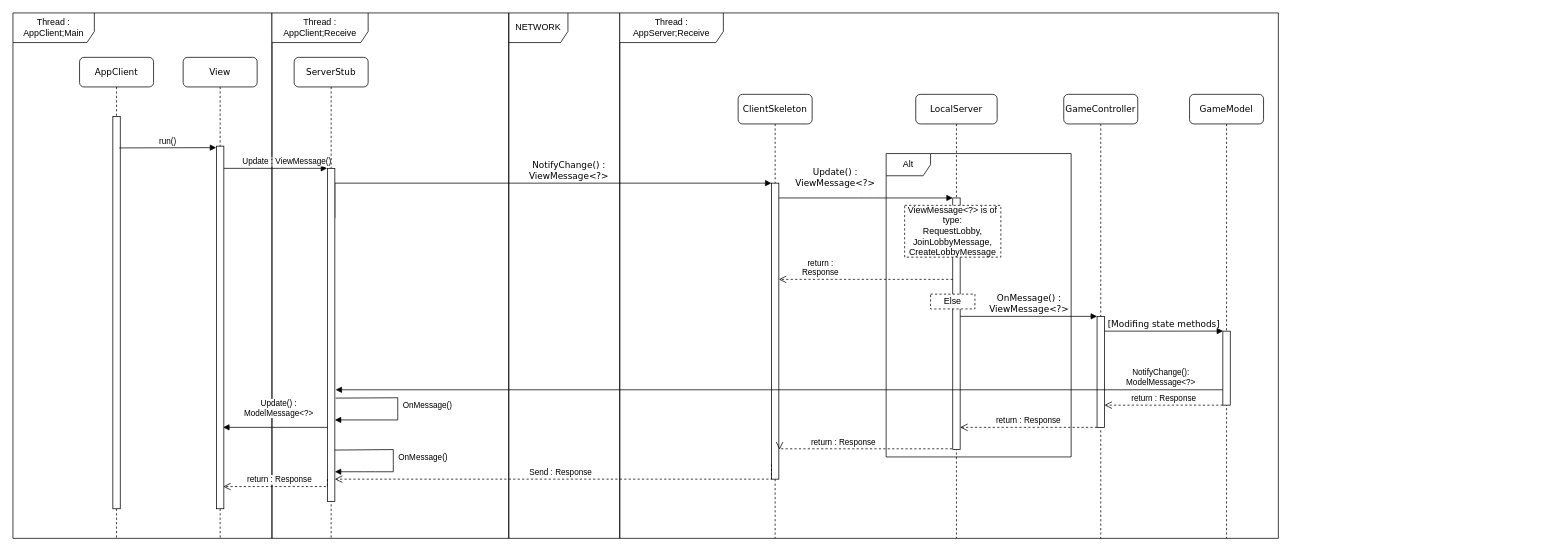
This is page "AppClientImplementation" (2 of 2) of deliveries/archive/second_peer_review/CommunicationDiagram.drawio from dede1751/ing-sw-2023-sgobbi-scardia-sciaky-simei, a draw.io file, before an edit. Source tidied: cells renumbered, new cells numbered last; positions are measured from the earlier drawing's top-left corner, leaving out a move shared by most shapes. Both pictures are drawn from the tidied source at 74%, with x=0, y=0 at pixel (13, 13).
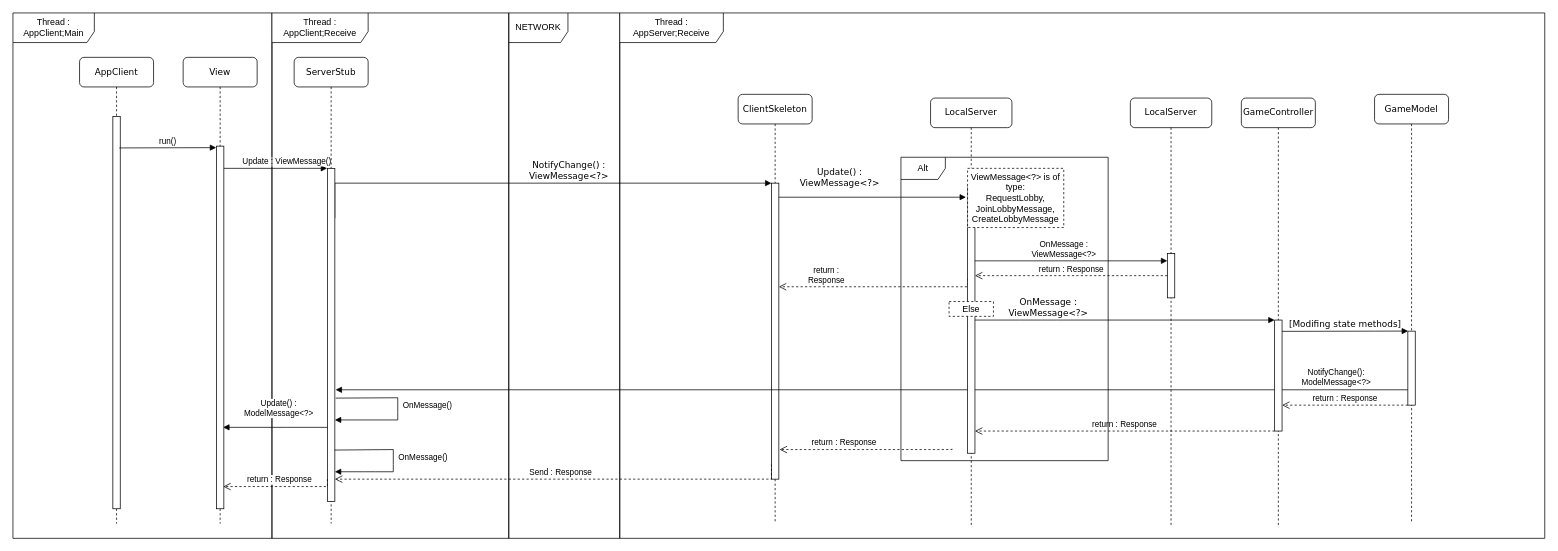
Above is the later version.

The change refers to these unchanged cells:
```xml
<mxCell id="3" style="html=1;points=[];perimeter=orthogonalPerimeter;rounded=0;shadow=0;comic=0;labelBackgroundColor=none;strokeWidth=1;fontFamily=Verdana;fontSize=12;align=center;" parent="2" vertex="1">
  <mxGeometry x="45" y="120" width="10" height="400" as="geometry" />
</mxCell>
<mxCell id="34" style="html=1;points=[];perimeter=orthogonalPerimeter;rounded=0;shadow=0;comic=0;labelBackgroundColor=none;strokeWidth=1;fontFamily=Verdana;fontSize=12;align=center;" parent="33" vertex="1">
  <mxGeometry x="45" y="150" width="10" height="450" as="geometry" />
</mxCell>
```

The edit, as a diff of the source:
```diff
@@
     <mxCell id="2" value="ClientSkeleton" style="shape=umlLifeline;perimeter=lifelinePerimeter;whiteSpace=wrap;html=1;rounded=1;shadow=0;comic=0;labelBackgroundColor=none;strokeWidth=1;fontFamily=Verdana;fontSize=12;align=center;size=40;" parent="1" vertex="1">
-      <mxGeometry x="980" y="110" width="100" height="600" as="geometry" />
+      <mxGeometry x="980" y="110" width="100" height="580" as="geometry" />
     </mxCell>
@@
-    <mxCell id="5" value="LocalServer" style="shape=umlLifeline;perimeter=lifelinePerimeter;whiteSpace=wrap;html=1;rounded=1;shadow=0;comic=0;labelBackgroundColor=none;strokeWidth=1;fontFamily=Verdana;fontSize=12;align=center;" parent="1" vertex="1">
-      <mxGeometry x="1220" y="110" width="110" height="600" as="geometry" />
-    </mxCell>
-    <mxCell id="6" style="html=1;points=[];perimeter=orthogonalPerimeter;rounded=0;shadow=0;comic=0;labelBackgroundColor=none;strokeWidth=1;fontFamily=Verdana;fontSize=12;align=center;" parent="5" vertex="1">
-      <mxGeometry x="50" y="140" width="10" height="340" as="geometry" />
-    </mxCell>
-    <mxCell id="7" value="ViewMessage&amp;lt;?&amp;gt; is of type:&lt;br&gt;RequestLobby,&lt;br&gt;JoinLobbyMessage,&lt;br&gt;CreateLobbyMessage&lt;br&gt;" style="html=1;whiteSpace=wrap;dashed=1;" parent="5" vertex="1">
-      <mxGeometry x="-15" y="150" width="130" height="70" as="geometry" />
-    </mxCell>
     <mxCell id="8" value="AppClient" style="shape=umlLifeline;perimeter=lifelinePerimeter;whiteSpace=wrap;html=1;rounded=1;shadow=0;comic=0;labelBackgroundColor=none;strokeWidth=1;fontFamily=Verdana;fontSize=12;align=center;" parent="1" vertex="1">
-      <mxGeometry x="90" y="60" width="100" height="650" as="geometry" />
+      <mxGeometry x="90" y="60" width="100" height="630" as="geometry" />
     </mxCell>
@@
-    <mxCell id="11" value="Update() :&lt;br&gt;ViewMessage&amp;lt;?&amp;gt;" style="html=1;verticalAlign=bottom;endArrow=block;entryX=0;entryY=0;labelBackgroundColor=none;fontFamily=Verdana;fontSize=12;edgeStyle=elbowEdgeStyle;elbow=vertical;" parent="1" edge="1" source="3" target="6">
+    <mxCell id="11" value="Update() :&lt;br&gt;ViewMessage&amp;lt;?&amp;gt;" style="html=1;verticalAlign=bottom;endArrow=block;entryX=-0.212;entryY=0.04;labelBackgroundColor=none;fontFamily=Verdana;fontSize=12;edgeStyle=elbowEdgeStyle;elbow=vertical;entryDx=0;entryDy=0;entryPerimeter=0;" parent="1" edge="1" source="3" target="40">
       <mxGeometry x="-0.35" y="10" relative="1" as="geometry" />
     </mxCell>
-    <mxCell id="12" value="GameController" style="shape=umlLifeline;perimeter=lifelinePerimeter;whiteSpace=wrap;html=1;rounded=1;shadow=0;comic=0;labelBackgroundColor=none;strokeWidth=1;fontFamily=Verdana;fontSize=12;align=center;" parent="1" vertex="1">
-      <mxGeometry x="1420" y="110" width="100" height="600" as="geometry" />
-    </mxCell>
-    <mxCell id="13" style="html=1;points=[];perimeter=orthogonalPerimeter;rounded=0;shadow=0;comic=0;labelBackgroundColor=none;strokeWidth=1;fontFamily=Verdana;fontSize=12;align=center;" parent="12" vertex="1">
-      <mxGeometry x="45" y="300" width="10" height="150" as="geometry" />
-    </mxCell>
-    <mxCell id="14" value="return : Response" style="html=1;verticalAlign=bottom;endArrow=open;dashed=1;endSize=8;edgeStyle=elbowEdgeStyle;elbow=vertical;curved=0;rounded=0;" parent="12" edge="1">
-      <mxGeometry relative="1" as="geometry">
-        <mxPoint x="45" y="450" as="sourcePoint" />
-        <mxPoint x="-140" y="450" as="targetPoint" />
-      </mxGeometry>
-    </mxCell>
-    <mxCell id="15" value="OnMessage() :&lt;br&gt;ViewMessage&amp;lt;?&amp;gt;" style="html=1;verticalAlign=bottom;endArrow=block;labelBackgroundColor=none;fontFamily=Verdana;fontSize=12;elbow=vertical;rounded=0;" parent="1" edge="1" target="13">
-      <mxGeometry relative="1" as="geometry">
-        <mxPoint x="1280" y="410" as="sourcePoint" />
-        <Array as="points">
-          <mxPoint x="1340" y="410" />
-          <mxPoint x="1370" y="410" />
-          <mxPoint x="1390" y="410" />
-        </Array>
-      </mxGeometry>
-    </mxCell>
-    <mxCell id="16" value="Alt" style="shape=umlFrame;whiteSpace=wrap;html=1;" parent="1" vertex="1">
-      <mxGeometry x="1180" y="190" width="250" height="410" as="geometry" />
-    </mxCell>
-    <mxCell id="17" value="return :&lt;br&gt;Response" style="html=1;verticalAlign=bottom;endArrow=open;dashed=1;endSize=8;edgeStyle=elbowEdgeStyle;elbow=vertical;curved=0;rounded=0;" parent="1" edge="1" source="6">
+    <mxCell id="17" value="return :&lt;br&gt;Response" style="html=1;verticalAlign=bottom;endArrow=open;dashed=1;endSize=8;edgeStyle=elbowEdgeStyle;elbow=vertical;curved=0;rounded=0;exitX=0.017;exitY=0.344;exitDx=0;exitDy=0;exitPerimeter=0;" parent="1" edge="1" source="40">
       <mxGeometry x="0.52" relative="1" as="geometry">
-        <mxPoint x="1035" y="360" as="targetPoint" />
+        <mxPoint x="1035" y="370" as="targetPoint" />
         <Array as="points">
+          <mxPoint x="1150" y="370" />
           <mxPoint x="1210" y="360" />
         </Array>
       </mxGeometry>
     </mxCell>
-    <mxCell id="18" value="GameModel" style="shape=umlLifeline;perimeter=lifelinePerimeter;whiteSpace=wrap;html=1;outlineConnect=0;rounded=1;shadow=0;comic=0;labelBackgroundColor=none;strokeWidth=1;fontFamily=Verdana;fontSize=12;align=center;" parent="1" vertex="1">
-      <mxGeometry x="1590" y="110" width="100" height="600" as="geometry" />
-    </mxCell>
-    <mxCell id="19" style="html=1;points=[];perimeter=orthogonalPerimeter;rounded=0;shadow=0;comic=0;labelBackgroundColor=none;strokeWidth=1;fontFamily=Verdana;fontSize=12;align=center;" parent="18" vertex="1">
-      <mxGeometry x="45" y="320" width="10" height="100" as="geometry" />
-    </mxCell>
-    <mxCell id="20" value="return : Response" style="html=1;verticalAlign=bottom;endArrow=open;dashed=1;endSize=8;edgeStyle=elbowEdgeStyle;elbow=vertical;curved=0;rounded=0;" parent="18" edge="1" target="13">
-      <mxGeometry relative="1" as="geometry">
-        <mxPoint x="45" y="420" as="sourcePoint" />
-      </mxGeometry>
-    </mxCell>
-    <mxCell id="21" value="NotifyChange():&lt;br&gt;ModelMessage&amp;lt;?&amp;gt;" style="html=1;verticalAlign=bottom;endArrow=block;elbow=vertical;rounded=0;entryX=1.1;entryY=0.665;entryDx=0;entryDy=0;entryPerimeter=0;" parent="1" edge="1" source="19" target="34">
+    <mxCell id="21" value="NotifyChange():&lt;br&gt;ModelMessage&amp;lt;?&amp;gt;" style="html=1;verticalAlign=bottom;endArrow=block;elbow=vertical;rounded=0;entryX=1.1;entryY=0.665;entryDx=0;entryDy=0;entryPerimeter=0;" parent="1" edge="1" source="18" target="34">
       <mxGeometry x="-0.86" y="-1" relative="1" as="geometry" />
     </mxCell>
-    <mxCell id="22" value="Else&lt;br&gt;" style="html=1;whiteSpace=wrap;dashed=1;" parent="1" vertex="1">
-      <mxGeometry x="1240" y="380" width="60" height="20" as="geometry" />
-    </mxCell>
-    <mxCell id="23" value="[Modifing state methods]" style="html=1;verticalAlign=bottom;endArrow=block;labelBackgroundColor=none;fontFamily=Verdana;fontSize=12;elbow=vertical;rounded=0;entryX=0.033;entryY=-0.001;entryDx=0;entryDy=0;entryPerimeter=0;exitX=1.02;exitY=0.133;exitDx=0;exitDy=0;exitPerimeter=0;" parent="1" edge="1" source="13" target="19">
-      <mxGeometry relative="1" as="geometry">
-        <Array as="points">
-          <mxPoint x="1550" y="430" />
-        </Array>
-      </mxGeometry>
-    </mxCell>
-    <mxCell id="24" value="return : Response" style="html=1;verticalAlign=bottom;endArrow=open;dashed=1;endSize=8;edgeStyle=elbowEdgeStyle;elbow=vertical;curved=0;rounded=0;exitX=-0.09;exitY=0.997;exitDx=0;exitDy=0;exitPerimeter=0;" parent="1" edge="1" source="6">
+    <mxCell id="24" value="return : Response" style="html=1;verticalAlign=bottom;endArrow=open;dashed=1;endSize=8;edgeStyle=elbowEdgeStyle;elbow=vertical;curved=0;rounded=0;exitX=-0.09;exitY=0.997;exitDx=0;exitDy=0;exitPerimeter=0;" parent="1" edge="1">
       <mxGeometry x="0.26" relative="1" as="geometry">
+        <mxPoint x="1269.1" y="589" as="sourcePoint" />
         <mxPoint x="1036" y="590" as="targetPoint" />
       </mxGeometry>
     </mxCell>
@@
     <mxCell id="27" value="Thread :&lt;br&gt;AppServer;Receive" style="shape=umlFrame;whiteSpace=wrap;html=1;width=140;height=40;" parent="1" vertex="1">
-      <mxGeometry x="820" width="890" height="710" as="geometry" />
+      <mxGeometry x="820" width="1250" height="710" as="geometry" />
     </mxCell>
     <mxCell id="28" value="View" style="shape=umlLifeline;perimeter=lifelinePerimeter;whiteSpace=wrap;html=1;rounded=1;shadow=0;comic=0;labelBackgroundColor=none;strokeWidth=1;fontFamily=Verdana;fontSize=12;align=center;" parent="1" vertex="1">
-      <mxGeometry x="230" y="60" width="100" height="650" as="geometry" />
+      <mxGeometry x="230" y="60" width="100" height="630" as="geometry" />
     </mxCell>
@@
     <mxCell id="33" value="ServerStub" style="shape=umlLifeline;perimeter=lifelinePerimeter;whiteSpace=wrap;html=1;rounded=1;shadow=0;comic=0;labelBackgroundColor=none;strokeWidth=1;fontFamily=Verdana;fontSize=12;align=center;" parent="1" vertex="1">
-      <mxGeometry x="380" y="60" width="100" height="650" as="geometry" />
+      <mxGeometry x="380" y="60" width="100" height="630" as="geometry" />
     </mxCell>
@@
+    <mxCell id="39" value="LocalServer" style="shape=umlLifeline;perimeter=lifelinePerimeter;whiteSpace=wrap;html=1;rounded=1;shadow=0;comic=0;labelBackgroundColor=none;strokeWidth=1;fontFamily=Verdana;fontSize=12;align=center;" parent="1" vertex="1">
+      <mxGeometry x="1240" y="115" width="110" height="580" as="geometry" />
+    </mxCell>
+    <mxCell id="40" style="html=1;points=[];perimeter=orthogonalPerimeter;rounded=0;shadow=0;comic=0;labelBackgroundColor=none;strokeWidth=1;fontFamily=Verdana;fontSize=12;align=center;" parent="39" vertex="1">
+      <mxGeometry x="50" y="120" width="10" height="360" as="geometry" />
+    </mxCell>
+    <mxCell id="12" value="GameController" style="shape=umlLifeline;perimeter=lifelinePerimeter;whiteSpace=wrap;html=1;rounded=1;shadow=0;comic=0;labelBackgroundColor=none;strokeWidth=1;fontFamily=Verdana;fontSize=12;align=center;" parent="1" vertex="1">
+      <mxGeometry x="1660" y="115" width="100" height="580" as="geometry" />
+    </mxCell>
+    <mxCell id="13" style="html=1;points=[];perimeter=orthogonalPerimeter;rounded=0;shadow=0;comic=0;labelBackgroundColor=none;strokeWidth=1;fontFamily=Verdana;fontSize=12;align=center;" parent="12" vertex="1">
+      <mxGeometry x="45" y="300" width="10" height="150" as="geometry" />
+    </mxCell>
+    <mxCell id="41" value="return : Response" style="html=1;verticalAlign=bottom;endArrow=open;dashed=1;endSize=8;edgeStyle=elbowEdgeStyle;elbow=vertical;curved=0;rounded=0;" parent="12" edge="1">
+      <mxGeometry relative="1" as="geometry">
+        <mxPoint x="45" y="450" as="sourcePoint" />
+        <mxPoint x="-360" y="450" as="targetPoint" />
+      </mxGeometry>
+    </mxCell>
+    <mxCell id="42" value="OnMessage :&lt;br&gt;ViewMessage&amp;lt;?&amp;gt;" style="html=1;verticalAlign=bottom;endArrow=block;labelBackgroundColor=none;fontFamily=Verdana;fontSize=12;elbow=vertical;rounded=0;" parent="1" edge="1" target="13">
+      <mxGeometry x="-0.51" relative="1" as="geometry">
+        <mxPoint x="1300" y="415" as="sourcePoint" />
+        <Array as="points">
+          <mxPoint x="1360" y="415" />
+          <mxPoint x="1390" y="415" />
+          <mxPoint x="1410" y="415" />
+        </Array>
+      </mxGeometry>
+    </mxCell>
+    <mxCell id="16" value="Alt" style="shape=umlFrame;whiteSpace=wrap;html=1;" parent="1" vertex="1">
+      <mxGeometry x="1200" y="195" width="280" height="410" as="geometry" />
+    </mxCell>
+    <mxCell id="18" value="GameModel" style="shape=umlLifeline;perimeter=lifelinePerimeter;whiteSpace=wrap;html=1;outlineConnect=0;rounded=1;shadow=0;comic=0;labelBackgroundColor=none;strokeWidth=1;fontFamily=Verdana;fontSize=12;align=center;size=40;" parent="1" vertex="1">
+      <mxGeometry x="1840" y="110" width="100" height="580" as="geometry" />
+    </mxCell>
+    <mxCell id="19" style="html=1;points=[];perimeter=orthogonalPerimeter;rounded=0;shadow=0;comic=0;labelBackgroundColor=none;strokeWidth=1;fontFamily=Verdana;fontSize=12;align=center;" parent="18" vertex="1">
+      <mxGeometry x="45" y="320" width="10" height="100" as="geometry" />
+    </mxCell>
+    <mxCell id="43" value="return : Response" style="html=1;verticalAlign=bottom;endArrow=open;dashed=1;endSize=8;edgeStyle=elbowEdgeStyle;elbow=vertical;curved=0;rounded=0;" parent="18" edge="1" target="13">
+      <mxGeometry relative="1" as="geometry">
+        <mxPoint x="45" y="420" as="sourcePoint" />
+      </mxGeometry>
+    </mxCell>
+    <mxCell id="22" value="Else&lt;br&gt;" style="html=1;whiteSpace=wrap;dashed=1;" parent="1" vertex="1">
+      <mxGeometry x="1265" y="390" width="60" height="20" as="geometry" />
+    </mxCell>
+    <mxCell id="23" value="[Modifing state methods]" style="html=1;verticalAlign=bottom;endArrow=block;labelBackgroundColor=none;fontFamily=Verdana;fontSize=12;elbow=vertical;rounded=0;entryX=0.033;entryY=-0.001;entryDx=0;entryDy=0;entryPerimeter=0;exitX=1;exitY=0.102;exitDx=0;exitDy=0;exitPerimeter=0;" parent="1" edge="1" source="13" target="19">
+      <mxGeometry relative="1" as="geometry">
+        <Array as="points">
+          <mxPoint x="1840" y="430" />
+        </Array>
+      </mxGeometry>
+    </mxCell>
+    <mxCell id="44" value="LocalServer" style="shape=umlLifeline;perimeter=lifelinePerimeter;whiteSpace=wrap;html=1;rounded=1;shadow=0;comic=0;labelBackgroundColor=none;strokeWidth=1;fontFamily=Verdana;fontSize=12;align=center;" parent="1" vertex="1">
+      <mxGeometry x="1510" y="115" width="110" height="580" as="geometry" />
+    </mxCell>
+    <mxCell id="45" style="html=1;perimeter=orthogonalPerimeter;rounded=0;shadow=0;comic=0;labelBackgroundColor=none;strokeWidth=1;fontFamily=Verdana;fontSize=12;align=center;" parent="44" vertex="1">
+      <mxGeometry x="50" y="210" width="10" height="60" as="geometry" />
+    </mxCell>
+    <mxCell id="46" value="OnMessage :&lt;br&gt;ViewMessage&amp;lt;?&amp;gt;" style="html=1;verticalAlign=bottom;endArrow=block;edgeStyle=elbowEdgeStyle;elbow=vertical;curved=0;rounded=0;" parent="1" edge="1">
+      <mxGeometry x="-0.08" relative="1" as="geometry">
+        <mxPoint x="1300" y="335" as="sourcePoint" />
+        <mxPoint x="1560" y="335" as="targetPoint" />
+      </mxGeometry>
+    </mxCell>
+    <mxCell id="47" value="return : Response" style="html=1;verticalAlign=bottom;endArrow=open;dashed=1;endSize=8;edgeStyle=elbowEdgeStyle;elbow=vertical;curved=0;rounded=0;" parent="1" edge="1">
+      <mxGeometry relative="1" as="geometry">
+        <mxPoint x="1560" y="355" as="sourcePoint" />
+        <mxPoint x="1300" y="355.1" as="targetPoint" />
+      </mxGeometry>
+    </mxCell>
+    <mxCell id="7" value="ViewMessage&amp;lt;?&amp;gt; is of type:&lt;br&gt;RequestLobby,&lt;br&gt;JoinLobbyMessage,&lt;br&gt;CreateLobbyMessage&lt;br&gt;" style="html=1;whiteSpace=wrap;dashed=1;" parent="1" vertex="1">
+      <mxGeometry x="1290" y="210" width="130" height="80" as="geometry" />
+    </mxCell>
```
